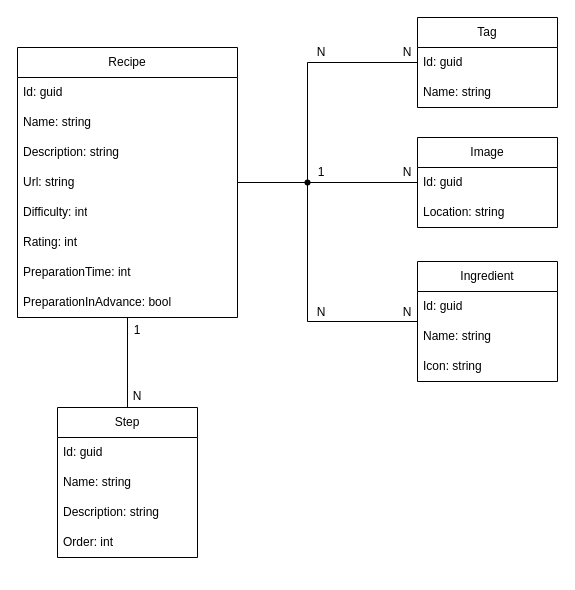
Above: Modelos/Recetas - Diagrama de datos.drawio in AsranStark/Recetas (draw.io), before the change. Source tidied: cells renumbered, new cells numbered last; positions are measured from the earlier drawing's top-left corner, leaving out a move shared by most shapes. Both pictures are drawn from the tidied source at 100%, with x=0, y=0 at pixel (17, 17).
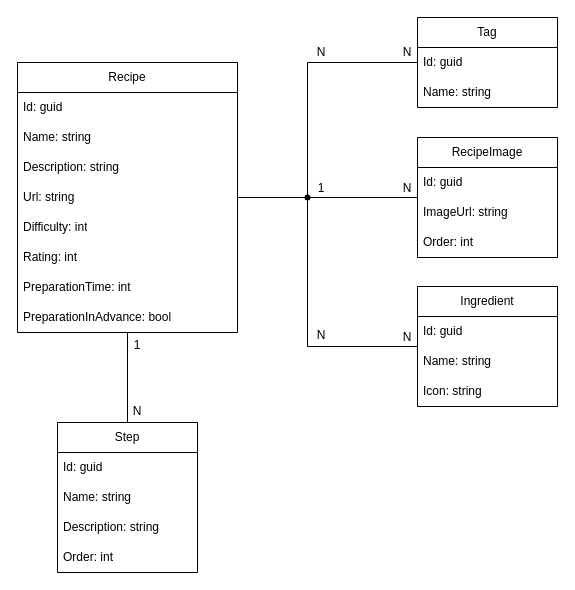
The same page after the edit.

The edit, as a diff of the source:
```diff
@@
     <mxCell id="3" value="Recipe" style="swimlane;fontStyle=0;horizontal=1;startSize=30;whiteSpace=wrap;html=1;" parent="1" vertex="1">
-      <mxGeometry y="30" width="220" height="270" as="geometry" />
+      <mxGeometry y="45" width="220" height="270" as="geometry" />
     </mxCell>
@@
     <mxCell id="12" value="Ingredient" style="swimlane;fontStyle=0;horizontal=1;startSize=30;whiteSpace=wrap;html=1;" parent="1" vertex="1">
-      <mxGeometry x="400" y="244" width="140" height="120" as="geometry" />
+      <mxGeometry x="400" y="269" width="140" height="120" as="geometry" />
     </mxCell>
@@
     <mxCell id="18" value="Step" style="swimlane;fontStyle=0;horizontal=1;startSize=30;whiteSpace=wrap;html=1;" parent="1" vertex="1">
-      <mxGeometry x="40" y="390" width="140" height="150" as="geometry" />
+      <mxGeometry x="40" y="405" width="140" height="150" as="geometry" />
     </mxCell>
@@
     <mxCell id="23" value="1" style="text;html=1;whiteSpace=wrap;strokeColor=none;fillColor=none;align=center;verticalAlign=middle;rounded=0;" parent="1" vertex="1">
-      <mxGeometry x="90" y="298" width="60" height="30" as="geometry" />
+      <mxGeometry x="90" y="313" width="60" height="30" as="geometry" />
     </mxCell>
     <mxCell id="24" value="N" style="text;html=1;whiteSpace=wrap;strokeColor=none;fillColor=none;align=center;verticalAlign=middle;rounded=0;" parent="1" vertex="1">
-      <mxGeometry x="90" y="364" width="60" height="30" as="geometry" />
+      <mxGeometry x="90" y="379" width="60" height="30" as="geometry" />
     </mxCell>
-    <mxCell id="25" value="Image" style="swimlane;fontStyle=0;horizontal=1;startSize=30;whiteSpace=wrap;html=1;" parent="1" vertex="1">
-      <mxGeometry x="400" y="120" width="140" height="90" as="geometry" />
+    <mxCell id="25" value="RecipeImage" style="swimlane;fontStyle=0;horizontal=1;startSize=30;whiteSpace=wrap;html=1;" parent="1" vertex="1">
+      <mxGeometry x="400" y="120" width="140" height="120" as="geometry" />
     </mxCell>
@@
-    <mxCell id="27" value="Location: string" style="text;strokeColor=none;fillColor=none;align=left;verticalAlign=middle;spacingLeft=4;spacingRight=4;overflow=hidden;whiteSpace=wrap;html=1;" parent="25" vertex="1">
+    <mxCell id="27" value="ImageUrl: string" style="text;strokeColor=none;fillColor=none;align=left;verticalAlign=middle;spacingLeft=4;spacingRight=4;overflow=hidden;whiteSpace=wrap;html=1;" parent="25" vertex="1">
       <mxGeometry y="60" width="140" height="30" as="geometry" />
     </mxCell>
+    <mxCell id="40" value="Order: int" style="text;strokeColor=none;fillColor=none;align=left;verticalAlign=middle;spacingLeft=4;spacingRight=4;overflow=hidden;whiteSpace=wrap;html=1;" parent="25" vertex="1">
+      <mxGeometry y="90" width="140" height="30" as="geometry" />
+    </mxCell>
@@
     <mxCell id="32" value="N" style="text;html=1;whiteSpace=wrap;strokeColor=none;fillColor=none;align=center;verticalAlign=middle;rounded=0;" parent="1" vertex="1">
-      <mxGeometry x="360" y="280" width="60" height="30" as="geometry" />
+      <mxGeometry x="360" y="305" width="60" height="30" as="geometry" />
     </mxCell>
     <mxCell id="33" value="N" style="text;html=1;whiteSpace=wrap;strokeColor=none;fillColor=none;align=center;verticalAlign=middle;rounded=0;" parent="1" vertex="1">
-      <mxGeometry x="274" y="280" width="60" height="30" as="geometry" />
+      <mxGeometry x="274" y="303" width="60" height="30" as="geometry" />
     </mxCell>
     <mxCell id="34" value="N" style="text;html=1;whiteSpace=wrap;strokeColor=none;fillColor=none;align=center;verticalAlign=middle;rounded=0;" parent="1" vertex="1">
-      <mxGeometry x="360" y="140" width="60" height="30" as="geometry" />
+      <mxGeometry x="360" y="156" width="60" height="30" as="geometry" />
     </mxCell>
     <mxCell id="35" value="1" style="text;html=1;whiteSpace=wrap;strokeColor=none;fillColor=none;align=center;verticalAlign=middle;rounded=0;" parent="1" vertex="1">
-      <mxGeometry x="274" y="140" width="60" height="30" as="geometry" />
+      <mxGeometry x="274" y="156" width="60" height="30" as="geometry" />
     </mxCell>
     <mxCell id="36" style="shape=waypoint;sketch=0;fillStyle=solid;size=6;points=[];fillColor=none;perimeter=centerPerimeter;snapToPoint=1;" parent="1" vertex="1">
-      <mxGeometry x="280" y="155" width="20" height="20" as="geometry" />
+      <mxGeometry x="280" y="170" width="20" height="20" as="geometry" />
     </mxCell>
```
